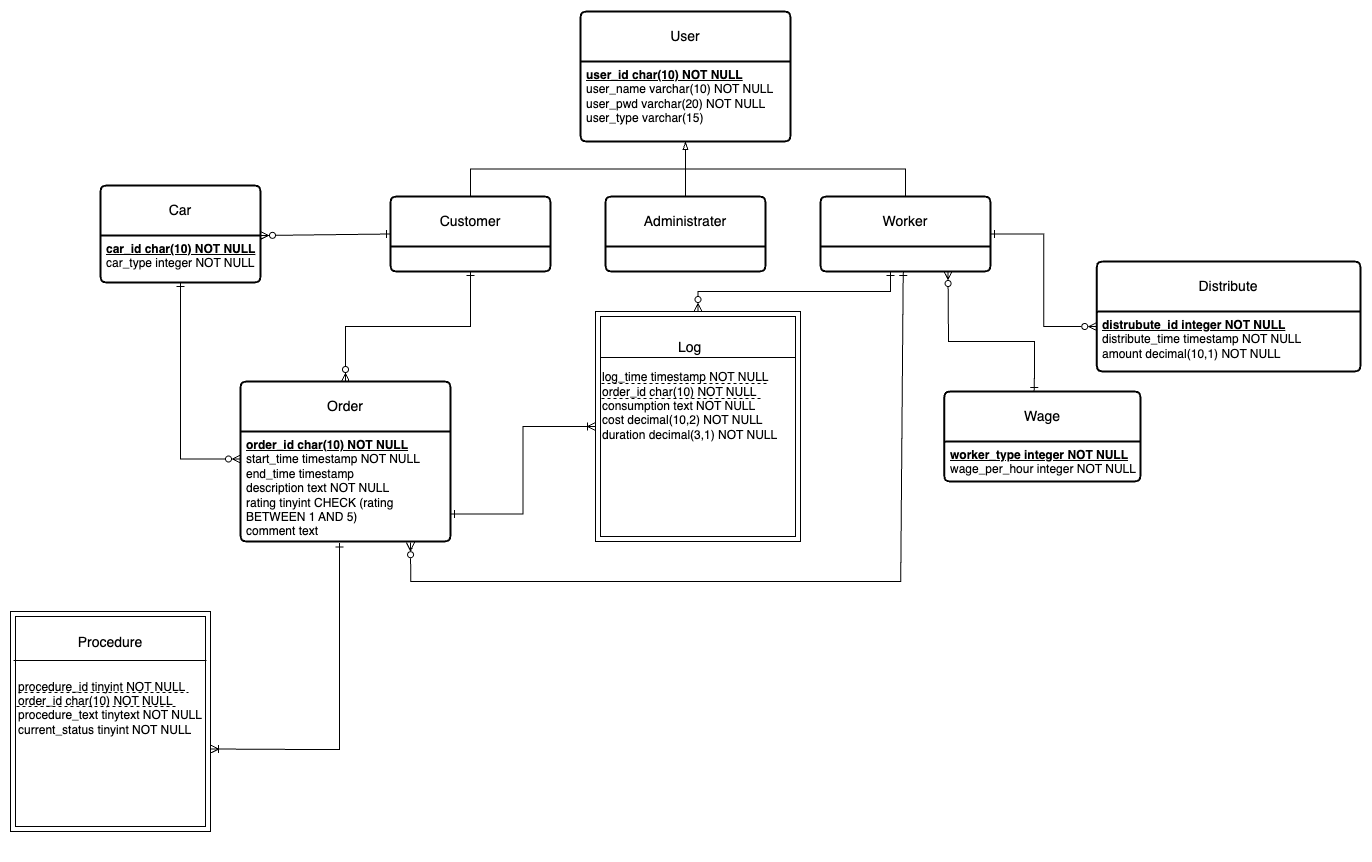
wtalioy/AMSystem keeps this draw.io diagram as assets/AMS-ER.png. Above is the earlier version. Source tidied: cells renumbered, new cells last; positions are measured from the earlier drawing's top-left corner, leaving out a move shared by most shapes.
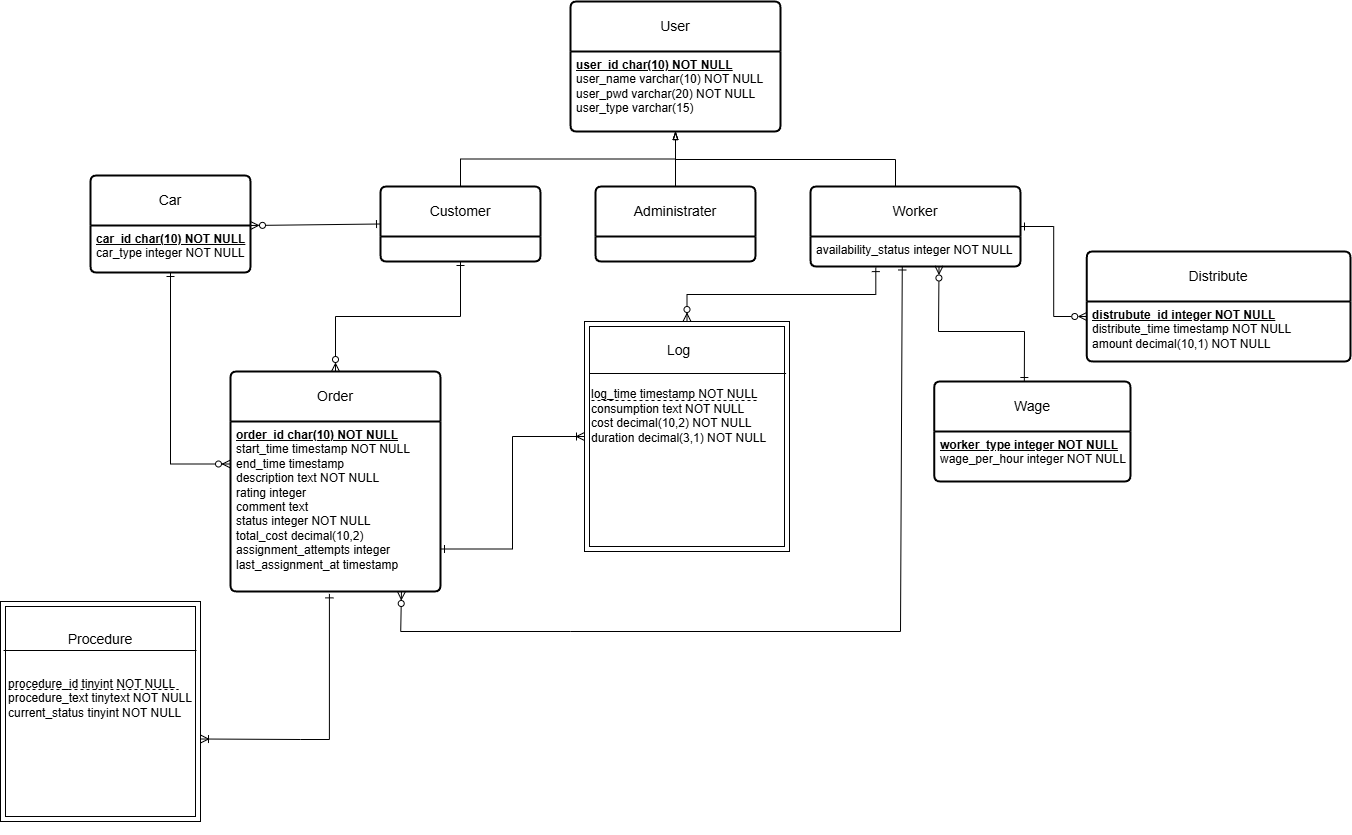
Later version of the same file.

The edit, as a diff of the source:
```diff
@@ -17,21 +17,18 @@
     <mxCell id="6" value="Customer" style="swimlane;horizontal=1;startSize=50;rounded=1;fontSize=14;fontStyle=0;strokeWidth=2;shadow=0;dashed=0;align=center;arcSize=4;whiteSpace=wrap;html=1;labelBackgroundColor=none;" parent="1" vertex="1">
       <mxGeometry x="380" y="185" width="160" height="75" as="geometry" />
     </mxCell>
-    <mxCell id="7" style="edgeStyle=orthogonalEdgeStyle;rounded=0;jettySize=auto;html=1;exitX=0.5;exitY=0;exitDx=0;exitDy=0;entryX=0.5;entryY=1;entryDx=0;entryDy=0;labelBackgroundColor=none;fontColor=default;endArrow=blockThin;endFill=0;" parent="1" edge="1" source="9" target="3">
-      <mxGeometry relative="1" as="geometry" />
+    <mxCell id="7" style="edgeStyle=orthogonalEdgeStyle;rounded=0;jettySize=auto;html=1;exitX=0.5;exitY=0;exitDx=0;exitDy=0;entryX=0.5;entryY=1;entryDx=0;entryDy=0;labelBackgroundColor=none;fontColor=default;endArrow=blockThin;endFill=0;" parent="1" edge="1" target="3">
+      <mxGeometry relative="1" as="geometry">
+        <mxPoint x="895" y="193" as="sourcePoint" />
+        <Array as="points">
+          <mxPoint x="895" y="158" />
+          <mxPoint x="675" y="158" />
+        </Array>
+      </mxGeometry>
     </mxCell>
     <mxCell id="8" style="rounded=0;jettySize=auto;html=1;exitX=1;exitY=0.5;exitDx=0;exitDy=0;entryX=0;entryY=0.25;entryDx=0;entryDy=0;endArrow=ERzeroToMany;endFill=0;startArrow=ERone;startFill=0;edgeStyle=orthogonalEdgeStyle;labelBackgroundColor=none;fontColor=default;" parent="1" edge="1" source="9" target="24">
       <mxGeometry relative="1" as="geometry" />
     </mxCell>
-    <mxCell id="9" value="Worker" style="swimlane;horizontal=1;startSize=50;rounded=1;fontSize=14;fontStyle=0;strokeWidth=2;shadow=0;dashed=0;align=center;arcSize=4;whiteSpace=wrap;html=1;labelBackgroundColor=none;" parent="1" vertex="1">
-      <mxGeometry x="810" y="185" width="170" height="75" as="geometry" />
-    </mxCell>
-    <mxCell id="10" style="edgeStyle=orthogonalEdgeStyle;rounded=0;orthogonalLoop=1;jettySize=auto;html=1;exitX=0.5;exitY=1;exitDx=0;exitDy=0;labelBackgroundColor=none;fontColor=default;" parent="9" edge="1">
-      <mxGeometry relative="1" as="geometry">
-        <mxPoint x="95" y="75" as="sourcePoint" />
-        <mxPoint x="95" y="75" as="targetPoint" />
-      </mxGeometry>
-    </mxCell>
     <mxCell id="11" style="edgeStyle=orthogonalEdgeStyle;rounded=0;jettySize=auto;html=1;exitX=0.5;exitY=0;exitDx=0;exitDy=0;entryX=0.5;entryY=1;entryDx=0;entryDy=0;labelBackgroundColor=none;fontColor=default;endArrow=blockThin;endFill=0;" parent="1" edge="1" source="12" target="3">
       <mxGeometry relative="1" as="geometry" />
     </mxCell>
@@ -39,16 +36,16 @@
       <mxGeometry x="595" y="185" width="160" height="75" as="geometry" />
     </mxCell>
     <mxCell id="13" value="Wage" style="swimlane;horizontal=1;startSize=50;rounded=1;fontSize=14;fontStyle=0;strokeWidth=2;shadow=0;dashed=0;align=center;arcSize=4;whiteSpace=wrap;html=1;labelBackgroundColor=none;" parent="1" vertex="1">
-      <mxGeometry x="933.8" y="380" width="196.2" height="90" as="geometry" />
+      <mxGeometry x="933.8" y="380" width="196.2" height="100" as="geometry" />
     </mxCell>
     <mxCell id="14" value="&lt;b&gt;&lt;u&gt;worker_type integer NOT NULL&lt;/u&gt;&lt;/b&gt;&lt;div&gt;wage_per_hour integer NOT NULL&lt;/div&gt;" style="align=left;strokeColor=none;fillColor=none;spacingLeft=4;spacingRight=4;fontSize=12;verticalAlign=top;html=1;whiteSpace=wrap;labelBackgroundColor=none;" parent="13" vertex="1">
-      <mxGeometry y="50" width="196.2" height="40" as="geometry" />
+      <mxGeometry y="50" width="196.2" height="50" as="geometry" />
     </mxCell>
     <mxCell id="15" value="Order" style="swimlane;horizontal=1;startSize=50;rounded=1;fontSize=14;fontStyle=0;strokeWidth=2;shadow=0;dashed=0;align=center;arcSize=4;whiteSpace=wrap;html=1;labelBackgroundColor=none;" parent="1" vertex="1">
-      <mxGeometry x="230" y="370" width="210" height="160" as="geometry" />
+      <mxGeometry x="230" y="370" width="210" height="220" as="geometry" />
     </mxCell>
-    <mxCell id="16" value="&lt;b&gt;&lt;u&gt;order_id char(10) NOT NULL&lt;/u&gt;&lt;/b&gt;&lt;div&gt;start_time timestamp NOT NULL&lt;/div&gt;&lt;div&gt;end_time timestamp&lt;/div&gt;&lt;div&gt;description text NOT NULL&lt;/div&gt;&lt;div&gt;rating tinyint CHECK (rating BETWEEN 1 AND 5)&lt;/div&gt;&lt;div&gt;comment text&lt;/div&gt;" style="align=left;strokeColor=none;fillColor=none;spacingLeft=4;spacingRight=4;fontSize=12;verticalAlign=top;html=1;whiteSpace=wrap;labelBackgroundColor=none;" parent="15" vertex="1">
-      <mxGeometry y="50" width="210" height="110" as="geometry" />
+    <mxCell id="16" value="&lt;b&gt;&lt;u&gt;order_id char(10) NOT NULL&lt;/u&gt;&lt;/b&gt;&lt;div&gt;start_time timestamp NOT NULL&lt;/div&gt;&lt;div&gt;end_time timestamp&lt;/div&gt;&lt;div&gt;description text NOT NULL&lt;/div&gt;&lt;div&gt;rating integer&lt;/div&gt;&lt;div&gt;comment text&lt;/div&gt;&lt;div&gt;status integer NOT NULL&lt;/div&gt;&lt;div&gt;total_cost decimal(10,2)&lt;/div&gt;&lt;div&gt;assignment_attempts integer&lt;/div&gt;&lt;div&gt;last_assignment_at timestamp&lt;/div&gt;" style="align=left;strokeColor=none;fillColor=none;spacingLeft=4;spacingRight=4;fontSize=12;verticalAlign=top;html=1;whiteSpace=wrap;labelBackgroundColor=none;" parent="15" vertex="1">
+      <mxGeometry y="50" width="210" height="170" as="geometry" />
     </mxCell>
     <mxCell id="17" value="Car" style="swimlane;horizontal=1;startSize=50;rounded=1;fontSize=14;fontStyle=0;strokeWidth=2;shadow=0;dashed=0;align=center;arcSize=4;whiteSpace=wrap;html=1;labelBackgroundColor=none;" parent="1" vertex="1">
       <mxGeometry x="90" y="174" width="160" height="97" as="geometry" />
@@ -56,7 +53,7 @@
     <mxCell id="18" value="&lt;b&gt;&lt;u&gt;car_id char(10) NOT NULL&lt;/u&gt;&lt;/b&gt;&lt;div&gt;car_type integer NOT NULL&lt;/div&gt;&lt;div&gt;&lt;br&gt;&lt;/div&gt;" style="align=left;strokeColor=none;fillColor=none;spacingLeft=4;spacingRight=4;fontSize=12;verticalAlign=top;html=1;whiteSpace=wrap;labelBackgroundColor=none;" parent="17" vertex="1">
       <mxGeometry y="50" width="160" height="47" as="geometry" />
     </mxCell>
-    <mxCell id="19" style="rounded=0;jettySize=auto;html=1;exitX=0.75;exitY=1;exitDx=0;exitDy=0;endArrow=ERone;endFill=0;startArrow=ERzeroToMany;startFill=0;entryX=0.459;entryY=0;entryDx=0;entryDy=0;entryPerimeter=0;labelBackgroundColor=none;fontColor=default;" parent="1" edge="1" source="9" target="13">
+    <mxCell id="19" style="rounded=0;jettySize=auto;html=1;exitX=0.612;exitY=0.983;exitDx=0;exitDy=0;endArrow=ERone;endFill=0;startArrow=ERzeroToMany;startFill=0;entryX=0.459;entryY=0;entryDx=0;entryDy=0;entryPerimeter=0;labelBackgroundColor=none;fontColor=default;exitPerimeter=0;" parent="1" edge="1" source="36" target="13">
       <mxGeometry relative="1" as="geometry">
         <Array as="points">
           <mxPoint x="938" y="330" />
@@ -79,33 +76,29 @@
     <mxCell id="24" value="&lt;div&gt;&lt;b style=&quot;&quot;&gt;&lt;u&gt;distrubute_id integer NOT NULL&lt;/u&gt;&lt;/b&gt;&lt;/div&gt;distribute_time timestamp NOT NULL&lt;div&gt;amount decimal(10,1) NOT NULL&lt;/div&gt;&lt;div&gt;&lt;br&gt;&lt;/div&gt;" style="align=left;strokeColor=none;fillColor=none;spacingLeft=4;spacingRight=4;fontSize=12;verticalAlign=top;html=1;whiteSpace=wrap;labelBackgroundColor=none;" parent="23" vertex="1">
       <mxGeometry y="50" width="263.8" height="60" as="geometry" />
     </mxCell>
-    <mxCell id="25" value="&lt;div&gt;&lt;br&gt;&lt;/div&gt;&lt;div&gt;&lt;br&gt;&lt;/div&gt;&lt;div&gt;&lt;br&gt;&lt;/div&gt;&lt;div style=&quot;text-align: center;&quot;&gt;&lt;font style=&quot;font-size: 14px;&quot;&gt;Log&lt;/font&gt;&lt;/div&gt;&lt;div&gt;&lt;br&gt;&lt;/div&gt;&lt;div&gt;&lt;span style=&quot;&quot;&gt;log_time timestamp NOT NULL&lt;/span&gt;&lt;/div&gt;&lt;div&gt;&lt;div style=&quot;&quot;&gt;order_id char(10) NOT NULL&lt;/div&gt;&lt;div style=&quot;&quot;&gt;consumption text NOT NULL&lt;/div&gt;&lt;div style=&quot;&quot;&gt;cost decimal(10,2) NOT NULL&lt;/div&gt;&lt;div style=&quot;&quot;&gt;duration decimal(3,1) NOT NULL&lt;/div&gt;&lt;/div&gt;&lt;div style=&quot;&quot;&gt;&lt;br&gt;&lt;/div&gt;&lt;div&gt;&lt;br&gt;&lt;/div&gt;&lt;div&gt;&lt;br&gt;&lt;/div&gt;&lt;div&gt;&lt;br&gt;&lt;/div&gt;&lt;div&gt;&lt;br&gt;&lt;/div&gt;&lt;div&gt;&lt;br&gt;&lt;/div&gt;&lt;div&gt;&lt;br&gt;&lt;/div&gt;&lt;div&gt;&lt;br&gt;&lt;/div&gt;" style="shape=ext;margin=3;double=1;whiteSpace=wrap;html=1;align=left;labelBackgroundColor=none;rounded=0;" parent="1" vertex="1">
-      <mxGeometry x="585" y="300" width="205" height="230" as="geometry" />
+    <mxCell id="25" value="&lt;div&gt;&lt;br&gt;&lt;/div&gt;&lt;div&gt;&lt;br&gt;&lt;/div&gt;&lt;div style=&quot;text-align: center;&quot;&gt;&lt;font style=&quot;font-size: 14px;&quot;&gt;Log&lt;/font&gt;&lt;/div&gt;&lt;div&gt;&lt;br&gt;&lt;/div&gt;&lt;div&gt;&lt;br&gt;&lt;/div&gt;&lt;div&gt;&lt;span style=&quot;&quot;&gt;log_time timestamp NOT NULL&lt;/span&gt;&lt;/div&gt;&lt;div&gt;&lt;div style=&quot;&quot;&gt;consumption text NOT NULL&lt;/div&gt;&lt;div style=&quot;&quot;&gt;cost decimal(10,2) NOT NULL&lt;/div&gt;&lt;div style=&quot;&quot;&gt;duration decimal(3,1) NOT NULL&lt;/div&gt;&lt;/div&gt;&lt;div style=&quot;&quot;&gt;&lt;br&gt;&lt;/div&gt;&lt;div&gt;&lt;br&gt;&lt;/div&gt;&lt;div&gt;&lt;br&gt;&lt;/div&gt;&lt;div&gt;&lt;br&gt;&lt;/div&gt;&lt;div&gt;&lt;br&gt;&lt;/div&gt;&lt;div&gt;&lt;br&gt;&lt;/div&gt;&lt;div&gt;&lt;br&gt;&lt;/div&gt;&lt;div&gt;&lt;br&gt;&lt;/div&gt;" style="shape=ext;margin=3;double=1;whiteSpace=wrap;html=1;align=left;labelBackgroundColor=none;rounded=0;" parent="1" vertex="1">
+      <mxGeometry x="584" y="320" width="205" height="230" as="geometry" />
     </mxCell>
     <mxCell id="26" style="endArrow=none;html=1;rounded=0;labelBackgroundColor=none;fontColor=default;exitX=0.028;exitY=0.143;exitDx=0;exitDy=0;exitPerimeter=0;entryX=0.985;entryY=0.143;entryDx=0;entryDy=0;entryPerimeter=0;elbow=vertical;" parent="1" edge="1">
       <mxGeometry relative="1" as="geometry">
-        <mxPoint x="589.4" y="346" as="sourcePoint" />
-        <mxPoint x="785.6" y="346" as="targetPoint" />
+        <mxPoint x="589.4" y="372" as="sourcePoint" />
+        <mxPoint x="785.6" y="372" as="targetPoint" />
       </mxGeometry>
     </mxCell>
-    <mxCell id="27" style="endArrow=ERone;html=1;rounded=0;entryX=0.25;entryY=1;entryDx=0;entryDy=0;exitX=0.618;exitY=1.011;exitDx=0;exitDy=0;exitPerimeter=0;startArrow=ERzeroToMany;startFill=0;endFill=0;" parent="1" edge="1">
+    <mxCell id="27" style="endArrow=ERone;html=1;rounded=0;exitX=0.814;exitY=1;exitDx=0;exitDy=0;exitPerimeter=0;startArrow=ERzeroToMany;startFill=0;endFill=0;entryX=0.437;entryY=0.983;entryDx=0;entryDy=0;entryPerimeter=0;" parent="1" edge="1" source="16" target="36">
       <mxGeometry relative="1" as="geometry">
-        <mxPoint x="400" y="531.2" as="sourcePoint" />
-        <mxPoint x="892.7" y="260" as="targetPoint" />
         <Array as="points">
-          <mxPoint x="400.2" y="570" />
-          <mxPoint x="570.2" y="570" />
-          <mxPoint x="890.2" y="570" />
+          <mxPoint x="400.2" y="630" />
+          <mxPoint x="570.2" y="630" />
+          <mxPoint x="900" y="630" />
         </Array>
       </mxGeometry>
     </mxCell>
     <mxCell id="28" style="line;strokeWidth=1;dashed=1;labelPosition=right;align=left;verticalAlign=middle;spacingTop=0;spacingLeft=6;" parent="1" vertex="1">
-      <mxGeometry x="591" y="367" width="168" height="10" as="geometry" />
+      <mxGeometry x="591" y="394" width="168" height="10" as="geometry" />
     </mxCell>
-    <mxCell id="29" style="rounded=0;jettySize=auto;html=1;endArrow=ERzeroToMany;endFill=0;startArrow=ERone;startFill=0;edgeStyle=elbowEdgeStyle;labelBackgroundColor=none;fontColor=default;elbow=vertical;" parent="1" edge="1" target="25">
-      <mxGeometry relative="1" as="geometry">
-        <mxPoint x="880" y="260" as="sourcePoint" />
-      </mxGeometry>
+    <mxCell id="29" style="rounded=0;jettySize=auto;html=1;endArrow=ERzeroToMany;endFill=0;startArrow=ERone;startFill=0;edgeStyle=elbowEdgeStyle;labelBackgroundColor=none;fontColor=default;elbow=vertical;exitX=0.311;exitY=1.037;exitDx=0;exitDy=0;exitPerimeter=0;" parent="1" edge="1" source="36" target="25">
+      <mxGeometry relative="1" as="geometry" />
     </mxCell>
     <mxCell id="30" style="rounded=0;jettySize=auto;html=1;endArrow=ERoneToMany;endFill=0;startArrow=ERone;startFill=0;labelBackgroundColor=none;fontColor=default;entryX=1;entryY=0.625;entryDx=0;entryDy=0;entryPerimeter=0;edgeStyle=orthogonalEdgeStyle;elbow=vertical;exitX=0.471;exitY=1.014;exitDx=0;exitDy=0;exitPerimeter=0;" parent="1" edge="1" source="16" target="31">
       <mxGeometry relative="1" as="geometry">
@@ -115,7 +108,7 @@
         </Array>
       </mxGeometry>
     </mxCell>
-    <mxCell id="31" value="&lt;div&gt;&lt;br&gt;&lt;/div&gt;&lt;div&gt;&lt;br&gt;&lt;/div&gt;&lt;div&gt;&lt;br&gt;&lt;/div&gt;&lt;div&gt;&lt;font style=&quot;font-size: 14px;&quot;&gt;Procedure&lt;/font&gt;&lt;/div&gt;&lt;div&gt;&lt;br&gt;&lt;/div&gt;&lt;div&gt;&lt;br&gt;&lt;/div&gt;&lt;div style=&quot;text-align: left;&quot;&gt;procedure_id tinyint NOT NULL&lt;/div&gt;&lt;div style=&quot;text-align: left;&quot;&gt;&lt;span style=&quot;background-color: transparent; color: light-dark(rgb(0, 0, 0), rgb(255, 255, 255)); text-align: center;&quot;&gt;order_id char(10) NOT NULL&lt;/span&gt;&lt;/div&gt;&lt;div&gt;&lt;div style=&quot;text-align: left;&quot;&gt;procedure_text tinytext NOT NULL&lt;/div&gt;&lt;div style=&quot;text-align: left;&quot;&gt;current_status tinyint NOT NULL&lt;/div&gt;&lt;div style=&quot;text-align: left;&quot;&gt;&lt;br&gt;&lt;/div&gt;&lt;/div&gt;&lt;div&gt;&lt;br&gt;&lt;/div&gt;&lt;div&gt;&lt;br&gt;&lt;/div&gt;&lt;div&gt;&lt;br&gt;&lt;/div&gt;&lt;div&gt;&lt;br&gt;&lt;/div&gt;&lt;div&gt;&lt;br&gt;&lt;/div&gt;&lt;div&gt;&lt;br&gt;&lt;/div&gt;&lt;div&gt;&lt;br&gt;&lt;/div&gt;" style="shape=ext;margin=3;double=1;whiteSpace=wrap;html=1;align=center;labelBackgroundColor=none;rounded=0;" parent="1" vertex="1">
+    <mxCell id="31" value="&lt;div&gt;&lt;br&gt;&lt;/div&gt;&lt;div&gt;&lt;br&gt;&lt;/div&gt;&lt;div&gt;&lt;br&gt;&lt;/div&gt;&lt;div&gt;&lt;font style=&quot;font-size: 14px;&quot;&gt;Procedure&lt;/font&gt;&lt;/div&gt;&lt;div&gt;&lt;br&gt;&lt;/div&gt;&lt;div&gt;&lt;br&gt;&lt;/div&gt;&lt;div style=&quot;text-align: left;&quot;&gt;procedure_id tinyint NOT NULL&lt;/div&gt;&lt;div&gt;&lt;div style=&quot;text-align: left;&quot;&gt;procedure_text tinytext NOT NULL&lt;/div&gt;&lt;div style=&quot;text-align: left;&quot;&gt;current_status tinyint NOT NULL&lt;/div&gt;&lt;div style=&quot;text-align: left;&quot;&gt;&lt;br&gt;&lt;/div&gt;&lt;/div&gt;&lt;div&gt;&lt;br&gt;&lt;/div&gt;&lt;div&gt;&lt;br&gt;&lt;/div&gt;&lt;div&gt;&lt;br&gt;&lt;/div&gt;&lt;div&gt;&lt;br&gt;&lt;/div&gt;&lt;div&gt;&lt;br&gt;&lt;/div&gt;&lt;div&gt;&lt;br&gt;&lt;/div&gt;&lt;div&gt;&lt;br&gt;&lt;/div&gt;" style="shape=ext;margin=3;double=1;whiteSpace=wrap;html=1;align=center;labelBackgroundColor=none;rounded=0;" parent="1" vertex="1">
       <mxGeometry y="600" width="200" height="220" as="geometry" />
     </mxCell>
     <mxCell id="32" style="endArrow=none;html=1;rounded=0;labelBackgroundColor=none;fontColor=default;" parent="1" edge="1">
@@ -124,14 +117,14 @@
         <mxPoint x="196" y="649" as="targetPoint" />
       </mxGeometry>
     </mxCell>
-    <mxCell id="33" style="line;strokeWidth=1;dashed=1;labelPosition=right;align=left;verticalAlign=middle;spacingTop=0;spacingLeft=6;" parent="1" vertex="1">
-      <mxGeometry x="6" y="690" width="160" height="10" as="geometry" />
-    </mxCell>
     <mxCell id="34" style="line;strokeWidth=1;dashed=1;labelPosition=right;align=left;verticalAlign=middle;spacingTop=0;spacingLeft=6;" parent="1" vertex="1">
-      <mxGeometry x="8" y="676" width="170" height="10" as="geometry" />
+      <mxGeometry x="8" y="683" width="170" height="10" as="geometry" />
     </mxCell>
-    <mxCell id="35" style="line;strokeWidth=1;dashed=1;labelPosition=right;align=left;verticalAlign=middle;spacingTop=0;spacingLeft=6;" parent="1" vertex="1">
-      <mxGeometry x="591" y="382" width="160" height="10" as="geometry" />
-    </mxCell>
+    <mxCell id="9" value="Worker" style="swimlane;horizontal=1;startSize=50;rounded=1;fontSize=14;fontStyle=0;strokeWidth=2;shadow=0;dashed=0;align=center;arcSize=4;whiteSpace=wrap;html=1;" parent="1" vertex="1">
+      <mxGeometry x="810" y="185" width="210" height="80" as="geometry" />
+    </mxCell>
+    <mxCell id="36" value="availability_status integer NOT NULL" style="align=left;strokeColor=none;fillColor=none;spacingLeft=4;spacingRight=4;fontSize=12;verticalAlign=top;html=1;whiteSpace=wrap;" parent="9" vertex="1">
+      <mxGeometry y="50" width="210" height="30" as="geometry" />
+    </mxCell>
   </root>
 </mxGraphModel>
```
